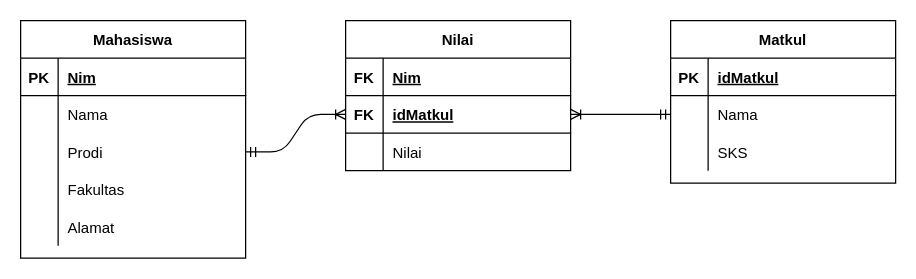
Earlier version of the draw.io diagram Struktur DB.drawio (sendyapriatna/Belajar_Laravel_V1.0). Source tidied: cells renumbered, new cells numbered last; positions are measured from the earlier drawing's top-left corner, leaving out a move shared by most shapes. Both pictures are drawn from the tidied source at 125%, with x=0, y=0 at pixel (20, 20).
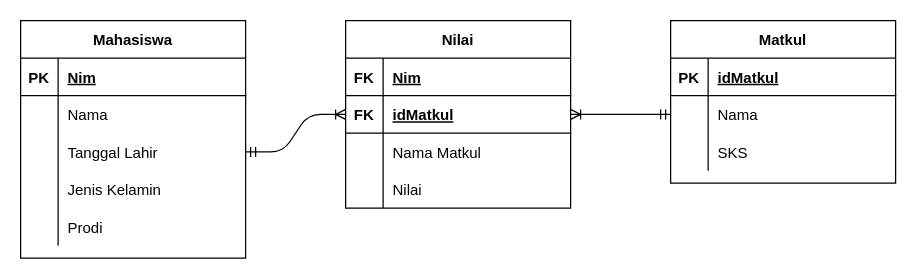
The same page after the edit.

The change refers to these unchanged cells:
```xml
<mxCell id="9" style="shape=partialRectangle;fillColor=none;top=0;left=0;bottom=0;right=0;points=[[0,0.5],[1,0.5]];portConstraint=eastwest;" parent="2" vertex="1">
  <mxGeometry y="90" width="180" height="30" as="geometry" />
</mxCell>
<mxCell id="12" style="shape=partialRectangle;fillColor=none;top=0;left=0;bottom=0;right=0;" parent="2" vertex="1">
  <mxGeometry y="120" width="180" height="30" as="geometry" />
</mxCell>
<mxCell id="15" style="shape=partialRectangle;fillColor=none;top=0;left=0;bottom=0;right=0;" parent="2" vertex="1">
  <mxGeometry y="150" width="180" height="30" as="geometry" />
</mxCell>
<mxCell id="35" style="shape=partialRectangle;fillColor=none;top=0;left=0;bottom=0;right=0;" parent="28" vertex="1">
  <mxGeometry y="90" width="180" height="30" as="geometry" />
</mxCell>
```

Diff of the diagram source:
```diff
@@
-    <mxCell id="11" value="Prodi" style="shape=partialRectangle;fillColor=none;top=0;left=0;bottom=0;right=0;align=left;spacingLeft=6;overflow=hidden;" parent="9" vertex="1">
+    <mxCell id="11" value="Tanggal Lahir" style="shape=partialRectangle;fillColor=none;top=0;left=0;bottom=0;right=0;align=left;spacingLeft=6;overflow=hidden;" parent="9" vertex="1">
       <mxGeometry x="30" width="150" height="30" as="geometry" />
     </mxCell>
@@
-    <mxCell id="14" value="Fakultas" style="shape=partialRectangle;fillColor=none;top=0;left=0;bottom=0;right=0;align=left;spacingLeft=6;overflow=hidden;" parent="12" vertex="1">
+    <mxCell id="14" value="Jenis Kelamin" style="shape=partialRectangle;fillColor=none;top=0;left=0;bottom=0;right=0;align=left;spacingLeft=6;overflow=hidden;" parent="12" vertex="1">
       <mxGeometry x="30" width="150" height="30" as="geometry" />
     </mxCell>
@@
-    <mxCell id="17" value="Alamat" style="shape=partialRectangle;fillColor=none;top=0;left=0;bottom=0;right=0;align=left;spacingLeft=6;overflow=hidden;" parent="15" vertex="1">
+    <mxCell id="17" value="Prodi" style="shape=partialRectangle;fillColor=none;top=0;left=0;bottom=0;right=0;align=left;spacingLeft=6;overflow=hidden;" parent="15" vertex="1">
       <mxGeometry x="30" width="150" height="30" as="geometry" />
     </mxCell>
@@
     <mxCell id="28" value="Nilai" style="shape=table;startSize=30;childLayout=tableLayout;rowLines=0;fontStyle=1;align=center;" parent="1" vertex="1">
-      <mxGeometry x="260" width="180" height="120" as="geometry" />
+      <mxGeometry x="260" width="180" height="150" as="geometry" />
     </mxCell>
@@
-    <mxCell id="37" value="Nilai" style="shape=partialRectangle;fillColor=none;top=0;left=0;bottom=0;right=0;align=left;spacingLeft=6;overflow=hidden;" parent="35" vertex="1">
+    <mxCell id="37" value="Nama Matkul" style="shape=partialRectangle;fillColor=none;top=0;left=0;bottom=0;right=0;align=left;spacingLeft=6;overflow=hidden;" parent="35" vertex="1">
       <mxGeometry x="30" width="150" height="30" as="geometry" />
     </mxCell>
+    <mxCell id="40" style="shape=partialRectangle;fillColor=none;top=0;left=0;bottom=0;right=0;" parent="28" vertex="1">
+      <mxGeometry y="120" width="180" height="30" as="geometry" />
+    </mxCell>
+    <mxCell id="41" style="shape=partialRectangle;fillColor=none;top=0;left=0;bottom=0;right=0;overflow=hidden;" parent="40" vertex="1">
+      <mxGeometry width="30" height="30" as="geometry" />
+    </mxCell>
+    <mxCell id="42" value="Nilai" style="shape=partialRectangle;fillColor=none;top=0;left=0;bottom=0;right=0;align=left;spacingLeft=6;overflow=hidden;" parent="40" vertex="1">
+      <mxGeometry x="30" width="150" height="30" as="geometry" />
+    </mxCell>
```
